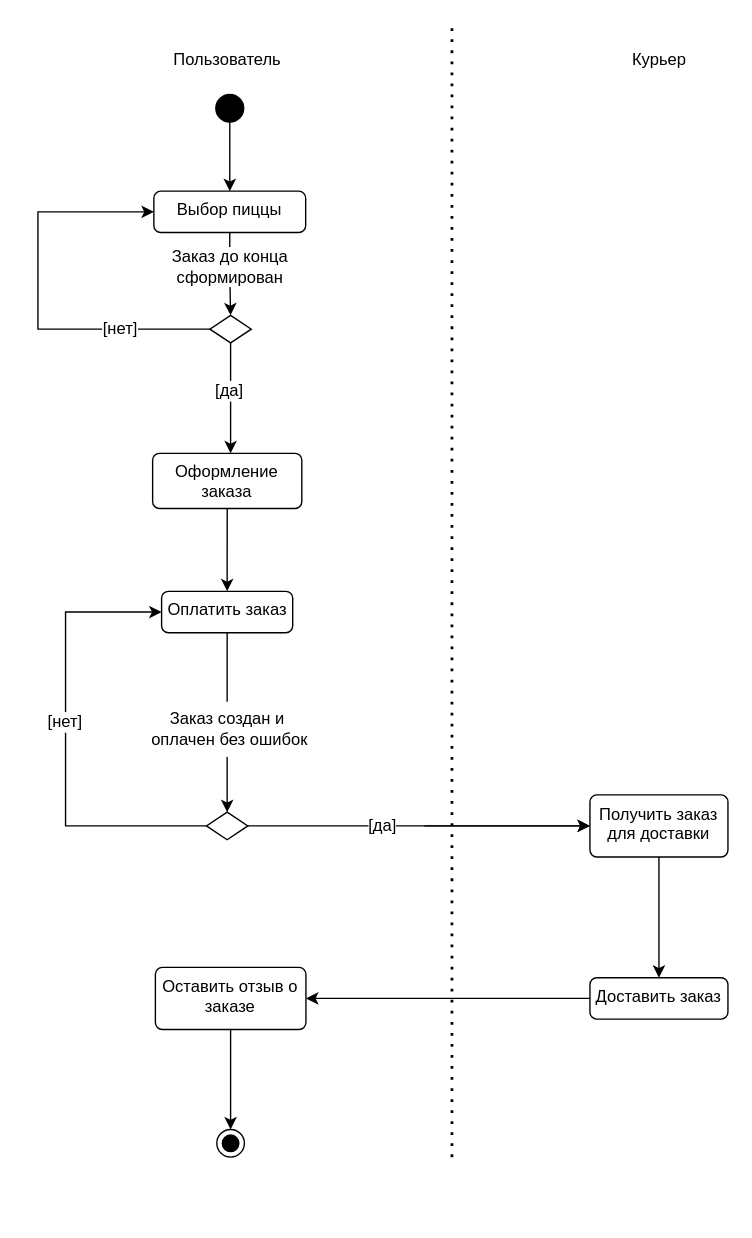
Earlier version of the draw.io diagram ДиаграммаДеятельности.drawio (hard-gainer/UML). Source tidied: cells renumbered, new cells numbered last; positions are measured from the earlier drawing's top-left corner, leaving out a move shared by most shapes. Both pictures are drawn from the tidied source at 138%, with x=0, y=0 at pixel (23, 25).
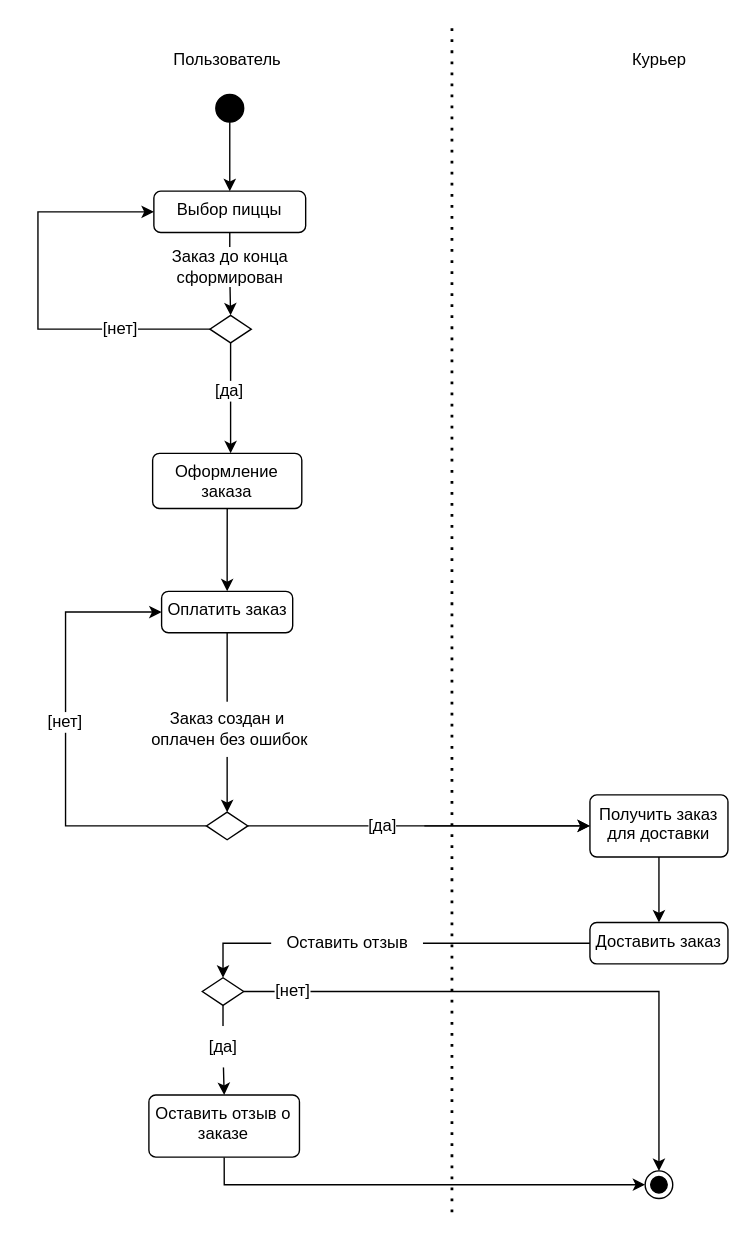
After the change.

Change to the diagram source:
```diff
@@
-    <mxCell id="2" style="endArrow=none;dashed=1;html=1;dashPattern=1 3;strokeWidth=2;rounded=0;entryX=0.5;entryY=0;entryDx=0;entryDy=0;exitX=0.5;exitY=1;exitDx=0;exitDy=0;" parent="1" edge="1">
+    <mxCell id="2" style="endArrow=none;dashed=1;html=1;dashPattern=1 3;strokeWidth=2;rounded=0;entryX=0.5;entryY=0;entryDx=0;entryDy=0;" parent="1" edge="1">
       <mxGeometry relative="1" as="geometry">
-        <mxPoint x="310" y="820" as="sourcePoint" />
+        <mxPoint x="310" y="860" as="sourcePoint" />
         <mxPoint x="310" as="targetPoint" />
       </mxGeometry>
     </mxCell>
@@
-    <mxCell id="15" style="edgeStyle=orthogonalEdgeStyle;rounded=0;jettySize=auto;html=1;entryX=1;entryY=0.5;entryDx=0;entryDy=0;" parent="1" edge="1" source="16" target="19">
-      <mxGeometry relative="1" as="geometry" />
-    </mxCell>
+    <mxCell id="33" style="edgeStyle=orthogonalEdgeStyle;rounded=0;jettySize=auto;html=1;entryX=0.5;entryY=0;entryDx=0;entryDy=0;" parent="1" edge="1" source="16" target="36">
+      <mxGeometry relative="1" as="geometry" />
+    </mxCell>
     <mxCell id="16" value="Доставить заказ" style="html=1;align=center;verticalAlign=top;rounded=1;absoluteArcSize=1;arcSize=10;dashed=0;whiteSpace=wrap;" parent="1" vertex="1">
-      <mxGeometry x="410" y="690" width="100" height="30" as="geometry" />
+      <mxGeometry x="410" y="650" width="100" height="30" as="geometry" />
     </mxCell>
@@
-    <mxCell id="18" style="edgeStyle=orthogonalEdgeStyle;rounded=0;jettySize=auto;html=1;entryX=0.5;entryY=0;entryDx=0;entryDy=0;" parent="1" edge="1" source="19" target="32">
+    <mxCell id="18" style="edgeStyle=orthogonalEdgeStyle;rounded=0;jettySize=auto;html=1;exitX=0.5;exitY=1;exitDx=0;exitDy=0;entryX=0;entryY=0.5;entryDx=0;entryDy=0;" parent="1" edge="1" source="19" target="32">
       <mxGeometry relative="1" as="geometry" />
     </mxCell>
     <mxCell id="19" value="Оставить отзыв о заказе" style="html=1;align=center;verticalAlign=top;rounded=1;absoluteArcSize=1;arcSize=10;dashed=0;whiteSpace=wrap;" parent="1" vertex="1">
-      <mxGeometry x="95.1" y="682.5" width="109.1" height="45" as="geometry" />
+      <mxGeometry x="90.4" y="775" width="109.1" height="45" as="geometry" />
     </mxCell>
@@
     <mxCell id="32" style="ellipse;html=1;shape=endState;fillColor=strokeColor;" parent="1" vertex="1">
-      <mxGeometry x="139.6" y="800" width="20" height="20" as="geometry" />
+      <mxGeometry x="450" y="830" width="20" height="20" as="geometry" />
     </mxCell>
+    <mxCell id="34" style="edgeStyle=orthogonalEdgeStyle;rounded=0;jettySize=auto;html=1;entryX=0.5;entryY=0;entryDx=0;entryDy=0;" parent="1" edge="1" source="36" target="19">
+      <mxGeometry relative="1" as="geometry" />
+    </mxCell>
+    <mxCell id="35" style="edgeStyle=orthogonalEdgeStyle;rounded=0;jettySize=auto;html=1;entryX=0.5;entryY=0;entryDx=0;entryDy=0;" parent="1" edge="1" source="36" target="32">
+      <mxGeometry relative="1" as="geometry" />
+    </mxCell>
+    <mxCell id="36" style="shape=rhombus;perimeter=rhombusPerimeter;whiteSpace=wrap;html=1;align=center;" parent="1" vertex="1">
+      <mxGeometry x="129.1" y="690" width="30" height="20" as="geometry" />
+    </mxCell>
+    <mxCell id="37" value="[да]" style="text;html=1;align=center;verticalAlign=middle;strokeColor=none;fillColor=default;labelBackgroundColor=default;" parent="1" vertex="1">
+      <mxGeometry x="124" y="725" width="40" height="30" as="geometry" />
+    </mxCell>
+    <mxCell id="38" value="[нет]" style="text;html=1;align=center;verticalAlign=middle;whiteSpace=wrap;rounded=0;labelBackgroundColor=default;" parent="1" vertex="1">
+      <mxGeometry x="164.6" y="685" width="60" height="30" as="geometry" />
+    </mxCell>
+    <mxCell id="39" value="Оставить отзыв" style="text;html=1;align=center;verticalAlign=middle;strokeColor=none;fillColor=default;labelBackgroundColor=default;" parent="1" vertex="1">
+      <mxGeometry x="179" y="650" width="110" height="30" as="geometry" />
+    </mxCell>
```
